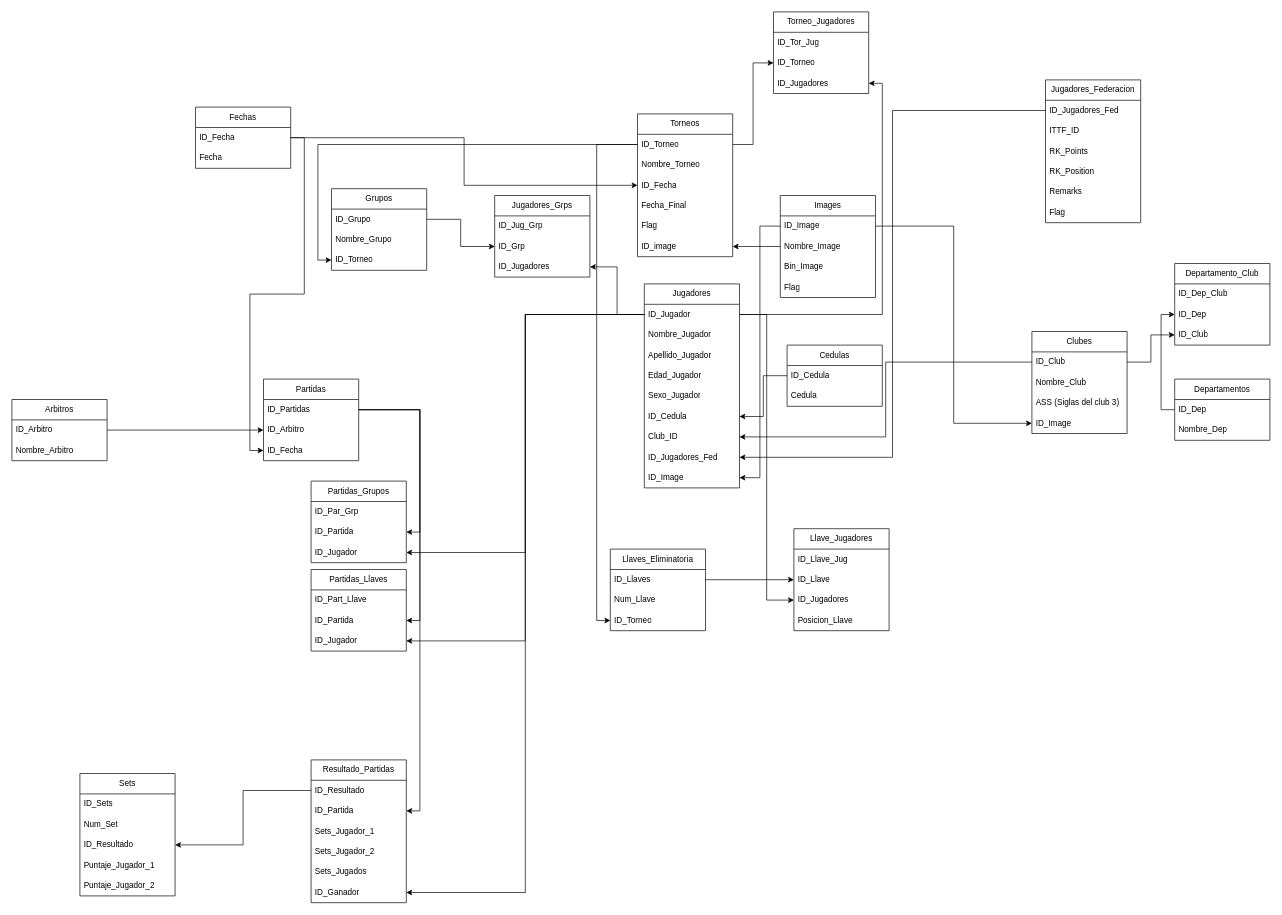
Earlier version of the draw.io diagram DiagramDBTTN.drawio (sologia/draw.io). Source tidied: cells renumbered, new cells numbered last; positions are measured from the earlier drawing's top-left corner, leaving out a move shared by most shapes. Both pictures are drawn from the tidied source at 68%, with x=0, y=0 at pixel (12, 12).
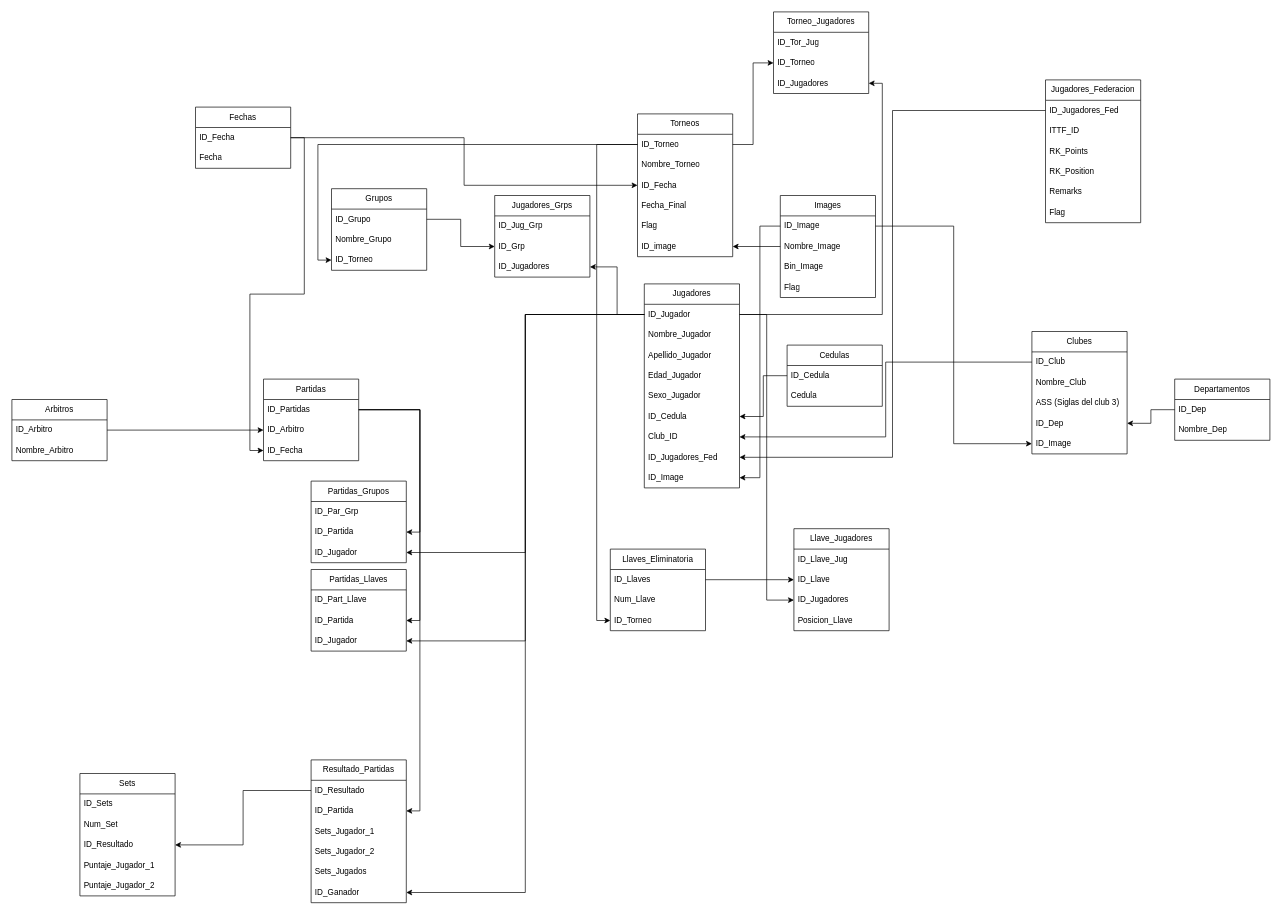
Above is the later version.

Unchanged cells that the change refers to:
```xml
<mxCell id="3" value="ID_Dep" style="text;strokeColor=none;fillColor=none;align=left;verticalAlign=middle;spacingLeft=4;spacingRight=4;overflow=hidden;points=[[0,0.5],[1,0.5]];portConstraint=eastwest;whiteSpace=wrap;html=1;" parent="2" vertex="1">
  <mxGeometry y="30" width="140" height="30" as="geometry" />
</mxCell>
<mxCell id="6" value="ID_Club" style="text;strokeColor=none;fillColor=none;align=left;verticalAlign=middle;spacingLeft=4;spacingRight=4;overflow=hidden;points=[[0,0.5],[1,0.5]];portConstraint=eastwest;whiteSpace=wrap;html=1;" parent="5" vertex="1">
  <mxGeometry y="30" width="140" height="30" as="geometry" />
</mxCell>
```

What changed in the source:
```diff
@@
     <mxCell id="5" value="Clubes" style="swimlane;fontStyle=0;horizontal=1;startSize=30;whiteSpace=wrap;html=1;" parent="1" vertex="1">
-      <mxGeometry x="1500" y="470" width="140" height="150" as="geometry" />
+      <mxGeometry x="1500" y="470" width="140" height="180" as="geometry" />
     </mxCell>
@@
+    <mxCell id="12" value="ID_Dep" style="text;strokeColor=none;fillColor=none;align=left;verticalAlign=middle;spacingLeft=4;spacingRight=4;overflow=hidden;points=[[0,0.5],[1,0.5]];portConstraint=eastwest;whiteSpace=wrap;html=1;" parent="5" vertex="1">
+      <mxGeometry y="120" width="140" height="30" as="geometry" />
+    </mxCell>
     <mxCell id="9" value="ID_Image" style="text;strokeColor=none;fillColor=none;align=left;verticalAlign=middle;spacingLeft=4;spacingRight=4;overflow=hidden;points=[[0,0.5],[1,0.5]];portConstraint=eastwest;whiteSpace=wrap;html=1;" parent="5" vertex="1">
-      <mxGeometry y="120" width="140" height="30" as="geometry" />
+      <mxGeometry y="150" width="140" height="30" as="geometry" />
     </mxCell>
-    <mxCell id="10" value="Departamento_Club" style="swimlane;fontStyle=0;horizontal=1;startSize=30;whiteSpace=wrap;html=1;" parent="1" vertex="1">
-      <mxGeometry x="1710" y="370" width="140" height="120" as="geometry" />
-    </mxCell>
-    <mxCell id="11" value="ID_Dep_Club" style="text;strokeColor=none;fillColor=none;align=left;verticalAlign=middle;spacingLeft=4;spacingRight=4;overflow=hidden;whiteSpace=wrap;html=1;" parent="10" vertex="1">
-      <mxGeometry y="30" width="140" height="30" as="geometry" />
-    </mxCell>
-    <mxCell id="12" value="ID_Dep" style="text;strokeColor=none;fillColor=none;align=left;verticalAlign=middle;spacingLeft=4;spacingRight=4;overflow=hidden;points=[[0,0.5],[1,0.5]];portConstraint=eastwest;whiteSpace=wrap;html=1;" parent="10" vertex="1">
-      <mxGeometry y="60" width="140" height="30" as="geometry" />
-    </mxCell>
-    <mxCell id="13" value="ID_Club" style="text;strokeColor=none;fillColor=none;align=left;verticalAlign=middle;spacingLeft=4;spacingRight=4;overflow=hidden;points=[[0,0.5],[1,0.5]];portConstraint=eastwest;whiteSpace=wrap;html=1;" parent="10" vertex="1">
-      <mxGeometry y="90" width="140" height="30" as="geometry" />
-    </mxCell>
-    <mxCell id="14" style="edgeStyle=orthogonalEdgeStyle;rounded=0;jettySize=auto;html=1;entryX=0;entryY=0.5;entryDx=0;entryDy=0;" parent="1" edge="1" source="3" target="12">
+    <mxCell id="14" style="edgeStyle=orthogonalEdgeStyle;rounded=0;jettySize=auto;html=1;entryX=1;entryY=0.5;entryDx=0;entryDy=0;" parent="1" edge="1" source="3" target="12">
       <mxGeometry relative="1" as="geometry" />
     </mxCell>
-    <mxCell id="15" style="edgeStyle=orthogonalEdgeStyle;rounded=0;jettySize=auto;html=1;entryX=0;entryY=0.5;entryDx=0;entryDy=0;" parent="1" edge="1" source="6" target="13">
-      <mxGeometry relative="1" as="geometry" />
-    </mxCell>
```
